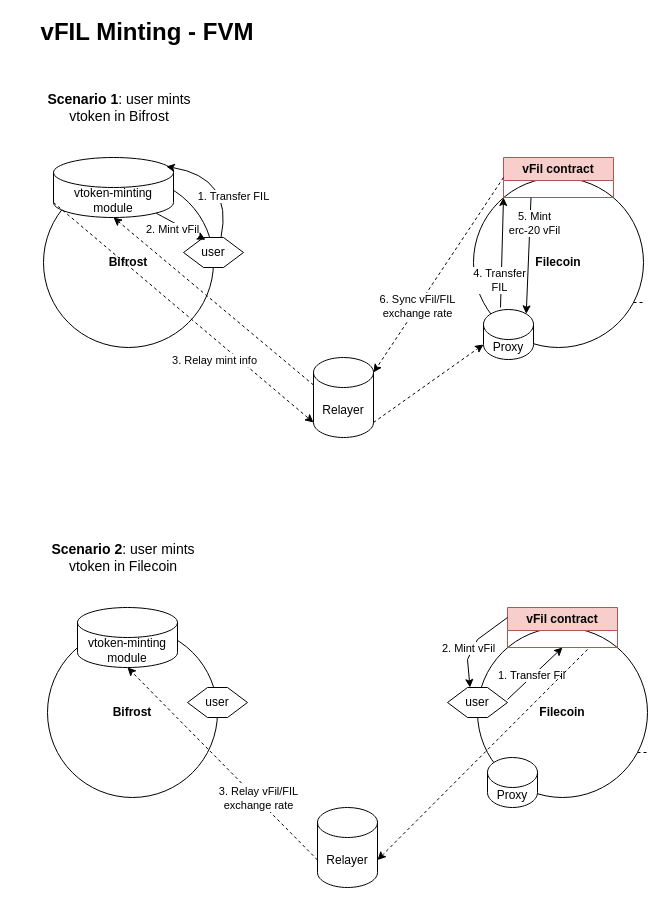
Above: vfil-minting-FVM.drawio in herryho/flowchars (draw.io), before the change. Source tidied: cells renumbered, new cells numbered last; positions are measured from the earlier drawing's top-left corner, leaving out a move shared by most shapes. Both pictures are drawn from the tidied source at 100%, with x=0, y=0 at pixel (17, 17).
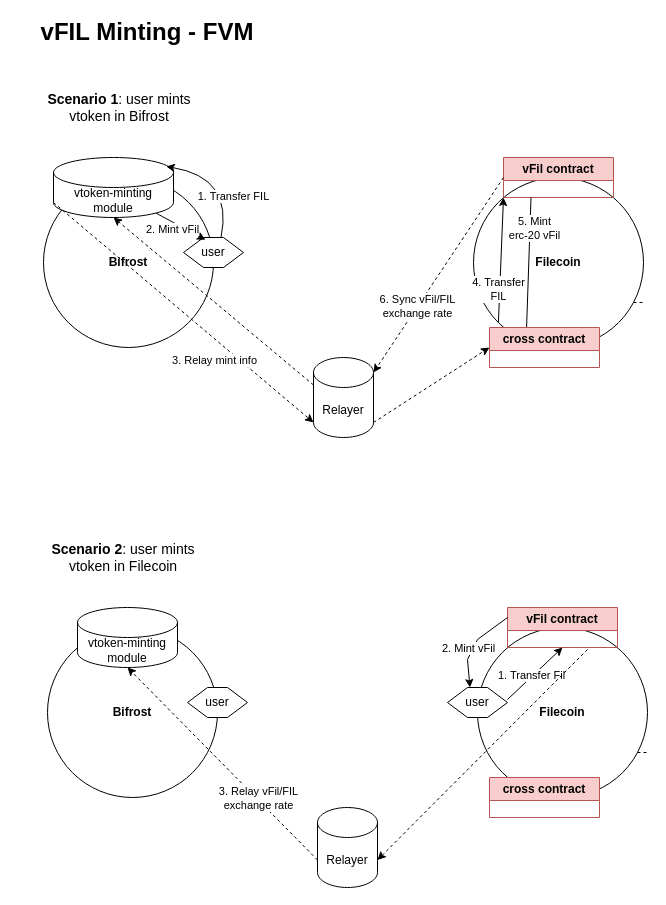
The same page after the edit.

The change refers to these unchanged cells:
```xml
<mxCell id="4" value="&lt;b&gt;Filecoin&lt;/b&gt;" style="ellipse;whiteSpace=wrap;html=1;" parent="1" vertex="1">
  <mxGeometry x="456" y="160" width="170" height="170" as="geometry" />
</mxCell>
<mxCell id="8" value="Relayer" style="shape=cylinder3;whiteSpace=wrap;html=1;boundedLbl=1;backgroundOutline=1;size=15;" parent="1" vertex="1">
  <mxGeometry x="296" y="340" width="60" height="80" as="geometry" />
</mxCell>
<mxCell id="12" value="vFil contract" style="swimlane;whiteSpace=wrap;html=1;fillColor=#f8cecc;strokeColor=#b85450;" parent="1" vertex="1">
  <mxGeometry x="486" y="140" width="110" height="40" as="geometry" />
</mxCell>
```

What changed in the source:
```diff
@@
-    <mxCell id="25" value="Proxy" style="shape=cylinder3;whiteSpace=wrap;html=1;boundedLbl=1;backgroundOutline=1;size=15;" parent="1" vertex="1">
-      <mxGeometry x="466" y="292" width="50" height="50" as="geometry" />
-    </mxCell>
@@
-    <mxCell id="28" style="endArrow=classic;html=1;rounded=0;exitX=1;exitY=1;exitDx=0;exitDy=-15;exitPerimeter=0;entryX=0;entryY=1;entryDx=0;entryDy=-15;entryPerimeter=0;dashed=1;" parent="1" edge="1" source="8" target="25">
+    <mxCell id="28" style="endArrow=classic;html=1;rounded=0;exitX=1;exitY=1;exitDx=0;exitDy=-15;exitPerimeter=0;entryX=0;entryY=0.5;entryDx=0;entryDy=0;dashed=1;" parent="1" edge="1" source="8" target="40">
       <mxGeometry relative="1" as="geometry" />
     </mxCell>
-    <mxCell id="29" style="endArrow=classic;html=1;rounded=0;entryX=0;entryY=1;entryDx=0;entryDy=0;exitX=0.34;exitY=-0.04;exitDx=0;exitDy=0;exitPerimeter=0;" parent="1" edge="1" source="25" target="12">
+    <mxCell id="29" style="endArrow=classic;html=1;rounded=0;entryX=0;entryY=1;entryDx=0;entryDy=0;exitX=0;exitY=1;exitDx=0;exitDy=0;" parent="1" edge="1" source="4" target="12">
       <mxGeometry relative="1" as="geometry" />
     </mxCell>
@@
-    <mxCell id="31" style="endArrow=classic;html=1;rounded=0;exitX=0.25;exitY=1;exitDx=0;exitDy=0;entryX=0.855;entryY=0;entryDx=0;entryDy=4.35;entryPerimeter=0;" parent="1" edge="1" source="12" target="25">
+    <mxCell id="31" style="endArrow=classic;html=1;rounded=0;exitX=0.25;exitY=1;exitDx=0;exitDy=0;entryX=0.334;entryY=0.25;entryDx=0;entryDy=0;entryPerimeter=0;" parent="1" edge="1" source="12" target="40">
       <mxGeometry relative="1" as="geometry" />
     </mxCell>
@@
-    <mxCell id="36" value="Proxy" style="shape=cylinder3;whiteSpace=wrap;html=1;boundedLbl=1;backgroundOutline=1;size=15;" parent="1" vertex="1">
-      <mxGeometry x="470" y="740" width="50" height="50" as="geometry" />
-    </mxCell>
@@
+    <mxCell id="40" value="cross contract" style="swimlane;whiteSpace=wrap;html=1;fillColor=#f8cecc;strokeColor=#b85450;" parent="1" vertex="1">
+      <mxGeometry x="472" y="310" width="110" height="40" as="geometry" />
+    </mxCell>
+    <mxCell id="41" value="cross contract" style="swimlane;whiteSpace=wrap;html=1;fillColor=#f8cecc;strokeColor=#b85450;" parent="1" vertex="1">
+      <mxGeometry x="472" y="760" width="110" height="40" as="geometry" />
+    </mxCell>
```
